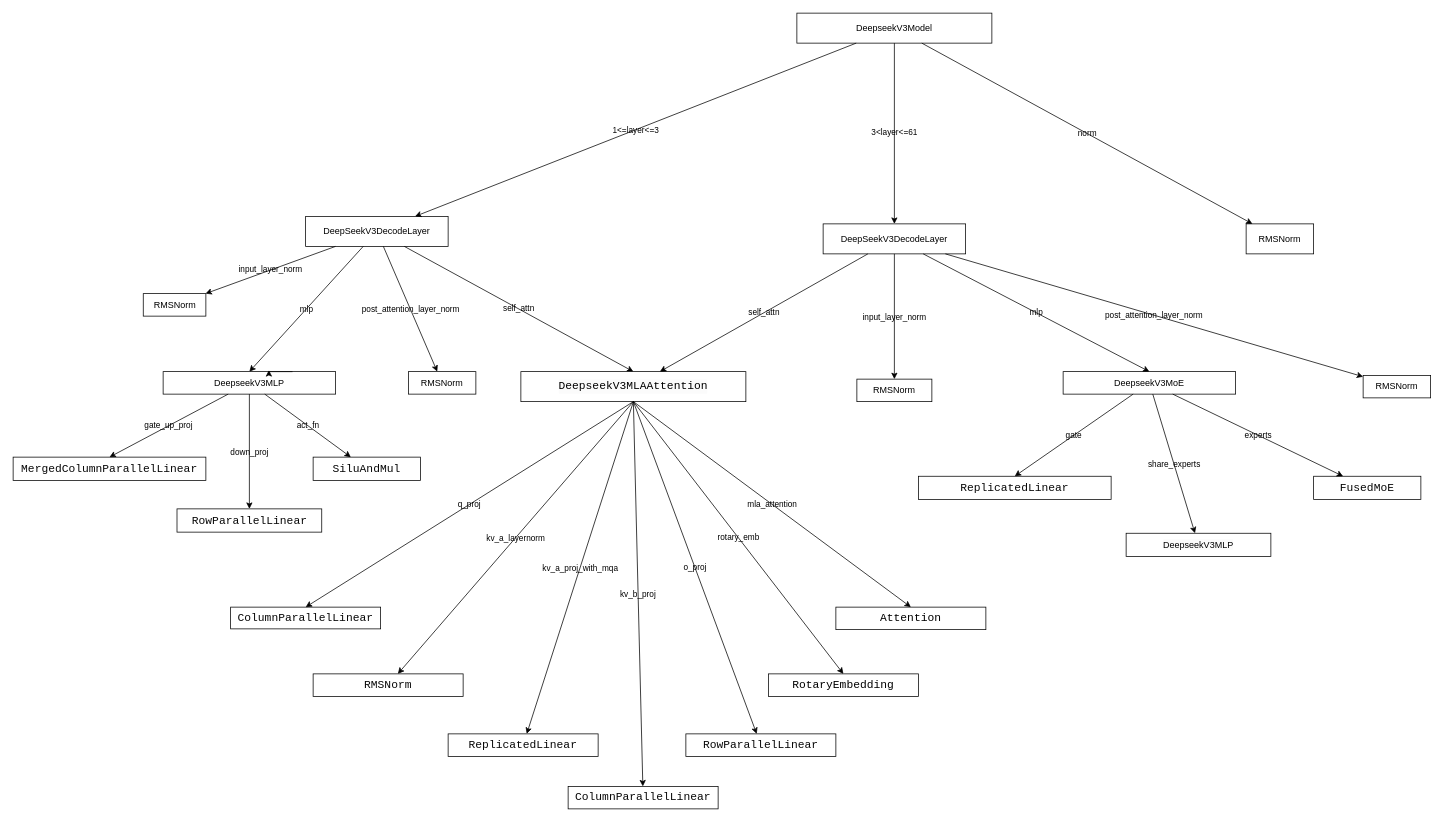
Earlier version of the draw.io diagram page "model.deepseek_r1" (9 of 10) of vllm/engine/vllm.drawio (chaojun-zhang/vllm). Source tidied: cells renumbered, new cells numbered last; positions are measured from the earlier drawing's top-left corner, leaving out a move shared by most shapes. Both pictures are drawn from the tidied source at 75%, with x=0, y=0 at pixel (13, 13).
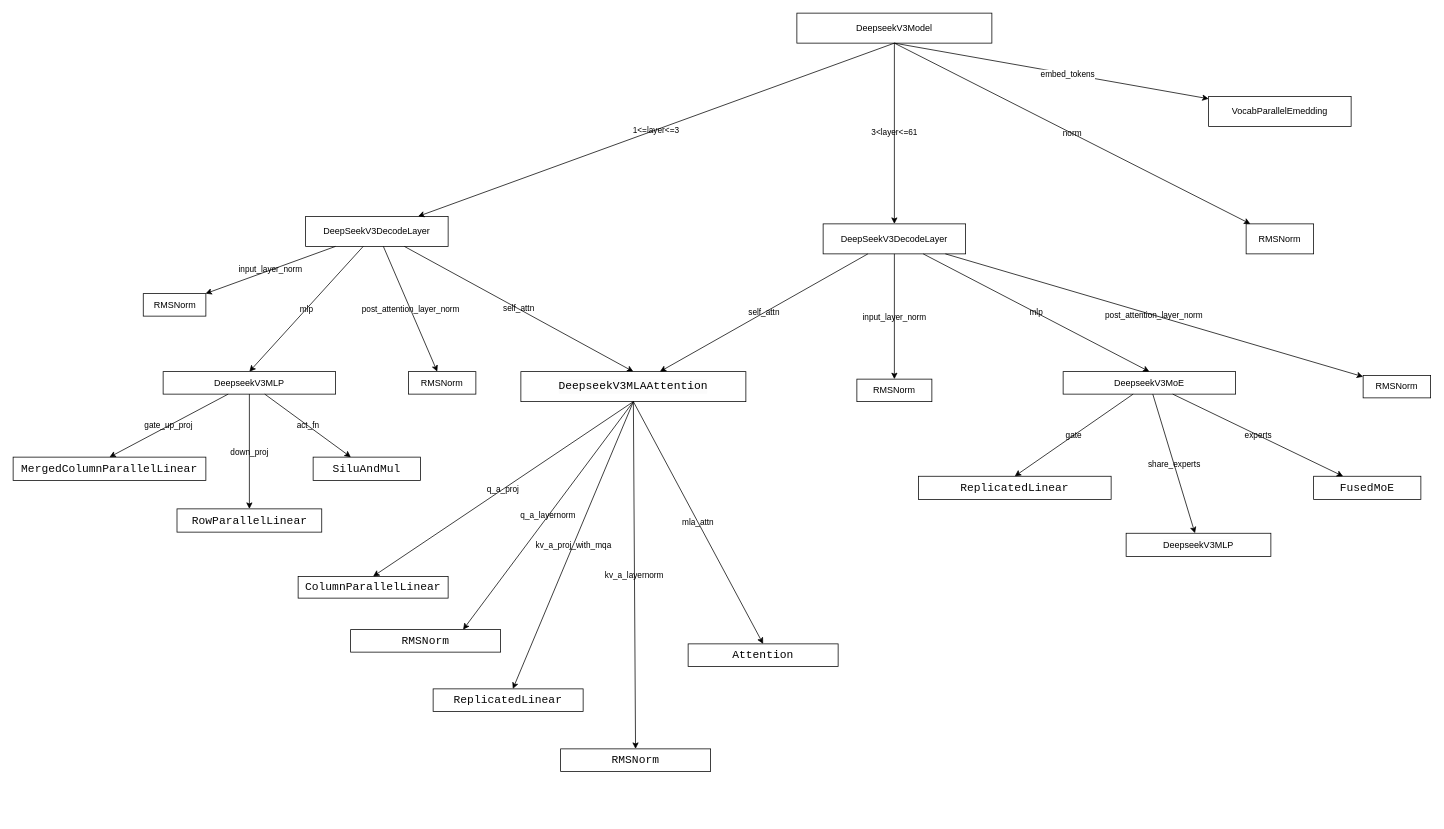
The same diagram, later.

The change refers to these unchanged cells:
```xml
<mxCell id="2" value="DeepseekV3MLP" style="rounded=0;whiteSpace=wrap;html=1;labelBackgroundColor=none;" parent="1" vertex="1">
  <mxGeometry x="200" y="478" width="230" height="30" as="geometry" />
</mxCell>
<mxCell id="3" value="DeepSeekV3DecodeLayer" style="rounded=0;whiteSpace=wrap;html=1;labelBackgroundColor=none;" parent="1" vertex="1">
  <mxGeometry x="390" y="271" width="190" height="40" as="geometry" />
</mxCell>
<mxCell id="9" value="DeepseekV3Model" style="rounded=0;whiteSpace=wrap;html=1;labelBackgroundColor=none;" parent="1" vertex="1">
  <mxGeometry x="1045" width="260" height="40" as="geometry" />
</mxCell>
<mxCell id="10" value="RMSNorm" style="rounded=0;whiteSpace=wrap;html=1;labelBackgroundColor=none;" parent="1" vertex="1">
  <mxGeometry x="1644" y="281" width="90" height="40" as="geometry" />
</mxCell>
<mxCell id="29" value="&lt;div style=&quot;background-color: rgb(255, 255, 255); color: rgb(8, 8, 8);&quot;&gt;&lt;pre style=&quot;font-family:'JetBrains Mono',monospace;font-size:11.3pt;&quot;&gt;&lt;pre style=&quot;background-color: rgb(251, 251, 251); color: rgb(8, 8, 8); font-family: &amp;quot;JetBrains Mono&amp;quot;, monospace; font-size: 11.3pt;&quot;&gt;&lt;span style=&quot;color: rgb(0, 0, 0);&quot;&gt;DeepseekV3MLAAttention&lt;/span&gt;&lt;/pre&gt;&lt;/pre&gt;&lt;/div&gt;" style="rounded=0;whiteSpace=wrap;html=1;labelBackgroundColor=none;" parent="1" vertex="1">
  <mxGeometry x="677" y="478" width="300" height="40" as="geometry" />
</mxCell>
```

Diff of the diagram source:
```diff
@@
     <mxCell id="11" value="&lt;div style=&quot;background-color:#ffffff;color:#080808&quot;&gt;&lt;pre style=&quot;font-family:'JetBrains Mono',monospace;font-size:11.3pt;&quot;&gt;ColumnParallelLinear&lt;/pre&gt;&lt;/div&gt;" style="rounded=0;whiteSpace=wrap;html=1;labelBackgroundColor=none;" parent="1" vertex="1">
-      <mxGeometry x="290" y="792" width="200" height="29" as="geometry" />
+      <mxGeometry x="380" y="751" width="200" height="29" as="geometry" />
     </mxCell>
     <mxCell id="12" value="&lt;div style=&quot;background-color:#ffffff;color:#080808&quot;&gt;&lt;pre style=&quot;font-family:'JetBrains Mono',monospace;font-size:11.3pt;&quot;&gt;ReplicatedLinear&lt;/pre&gt;&lt;/div&gt;" style="rounded=0;whiteSpace=wrap;html=1;labelBackgroundColor=none;" parent="1" vertex="1">
-      <mxGeometry x="580" y="961" width="200" height="30" as="geometry" />
+      <mxGeometry x="560" y="901" width="200" height="30" as="geometry" />
     </mxCell>
-    <mxCell id="13" value="&lt;div style=&quot;background-color:#ffffff;color:#080808&quot;&gt;&lt;pre style=&quot;font-family:'JetBrains Mono',monospace;font-size:11.3pt;&quot;&gt;ColumnParallelLinear&lt;/pre&gt;&lt;/div&gt;" style="rounded=0;whiteSpace=wrap;html=1;labelBackgroundColor=none;" parent="1" vertex="1">
-      <mxGeometry x="740" y="1031" width="200" height="30" as="geometry" />
-    </mxCell>
-    <mxCell id="14" value="&lt;div style=&quot;background-color: rgb(255, 255, 255); color: rgb(8, 8, 8);&quot;&gt;&lt;pre style=&quot;font-family:'JetBrains Mono',monospace;font-size:11.3pt;&quot;&gt;RowParallelLinear&lt;/pre&gt;&lt;/div&gt;" style="rounded=0;whiteSpace=wrap;html=1;labelBackgroundColor=none;" parent="1" vertex="1">
-      <mxGeometry x="897" y="961" width="200" height="30" as="geometry" />
-    </mxCell>
-    <mxCell id="15" value="&lt;div style=&quot;background-color: rgb(255, 255, 255); color: rgb(8, 8, 8);&quot;&gt;&lt;pre style=&quot;font-family:'JetBrains Mono',monospace;font-size:11.3pt;&quot;&gt;&lt;div&gt;&lt;pre style=&quot;font-family:'JetBrains Mono',monospace;font-size:11.3pt;&quot;&gt;&lt;span style=&quot;color:#000000;&quot;&gt;RotaryEmbedding&lt;/span&gt;&lt;/pre&gt;&lt;/div&gt;&lt;/pre&gt;&lt;/div&gt;" style="rounded=0;whiteSpace=wrap;html=1;labelBackgroundColor=none;" parent="1" vertex="1">
-      <mxGeometry x="1007" y="881" width="200" height="30" as="geometry" />
-    </mxCell>
     <mxCell id="16" value="&lt;div style=&quot;background-color: rgb(255, 255, 255); color: rgb(8, 8, 8);&quot;&gt;&lt;pre style=&quot;font-family:'JetBrains Mono',monospace;font-size:11.3pt;&quot;&gt;&lt;div&gt;&lt;pre style=&quot;font-family:'JetBrains Mono',monospace;font-size:11.3pt;&quot;&gt;&lt;span style=&quot;color: rgb(0, 0, 0);&quot;&gt;Attention&lt;/span&gt;&lt;/pre&gt;&lt;/div&gt;&lt;/pre&gt;&lt;/div&gt;" style="rounded=0;whiteSpace=wrap;html=1;labelBackgroundColor=none;" parent="1" vertex="1">
-      <mxGeometry x="1097" y="792" width="200" height="30" as="geometry" />
+      <mxGeometry x="900" y="841" width="200" height="30" as="geometry" />
     </mxCell>
@@
-    <mxCell id="20" value="1&amp;lt;=layer&amp;lt;=3" style="endArrow=classic;html=1;rounded=0;labelBackgroundColor=none;fontColor=default;" parent="1" edge="1" source="9" target="3">
+    <mxCell id="20" value="1&amp;lt;=layer&amp;lt;=3" style="endArrow=classic;html=1;rounded=0;labelBackgroundColor=none;fontColor=default;exitX=0.5;exitY=1;exitDx=0;exitDy=0;" parent="1" edge="1" source="9" target="3">
       <mxGeometry relative="1" as="geometry" />
     </mxCell>
@@
-    <mxCell id="22" value="norm" style="endArrow=classic;html=1;rounded=0;labelBackgroundColor=none;fontColor=default;" parent="1" edge="1" source="9" target="10">
+    <mxCell id="22" value="norm" style="endArrow=classic;html=1;rounded=0;labelBackgroundColor=none;fontColor=default;exitX=0.5;exitY=1;exitDx=0;exitDy=0;" parent="1" edge="1" source="9" target="10">
       <mxGeometry relative="1" as="geometry" />
     </mxCell>
@@
-    <mxCell id="42" style="edgeStyle=orthogonalEdgeStyle;rounded=0;orthogonalLoop=1;jettySize=auto;html=1;exitX=0.75;exitY=0;exitDx=0;exitDy=0;entryX=0.613;entryY=-0.067;entryDx=0;entryDy=0;entryPerimeter=0;labelBackgroundColor=none;fontColor=default;" parent="1" edge="1" source="2" target="2">
-      <mxGeometry relative="1" as="geometry" />
-    </mxCell>
-    <mxCell id="43" value="q_proj" style="endArrow=classic;html=1;rounded=0;entryX=0.5;entryY=0;entryDx=0;entryDy=0;exitX=0.5;exitY=1;exitDx=0;exitDy=0;labelBackgroundColor=none;fontColor=default;" parent="1" edge="1" source="29" target="11">
+    <mxCell id="43" value="q_a_proj" style="endArrow=classic;html=1;rounded=0;entryX=0.5;entryY=0;entryDx=0;entryDy=0;exitX=0.5;exitY=1;exitDx=0;exitDy=0;labelBackgroundColor=none;fontColor=default;" parent="1" edge="1" source="29" target="11">
       <mxGeometry relative="1" as="geometry" />
     </mxCell>
@@
-    <mxCell id="46" value="kv_b_proj" style="endArrow=classic;html=1;rounded=0;exitX=0.5;exitY=1;exitDx=0;exitDy=0;labelBackgroundColor=none;fontColor=default;" parent="1" edge="1" source="29" target="13">
-      <mxGeometry relative="1" as="geometry" />
-    </mxCell>
-    <mxCell id="47" value="o_proj" style="endArrow=classic;html=1;rounded=0;exitX=0.5;exitY=1;exitDx=0;exitDy=0;labelBackgroundColor=none;fontColor=default;" parent="1" edge="1" source="29" target="14">
-      <mxGeometry relative="1" as="geometry" />
-    </mxCell>
-    <mxCell id="48" value="rotary_emb" style="endArrow=classic;html=1;rounded=0;entryX=0.5;entryY=0;entryDx=0;entryDy=0;exitX=0.5;exitY=1;exitDx=0;exitDy=0;labelBackgroundColor=none;fontColor=default;" parent="1" edge="1" source="29" target="15">
-      <mxGeometry relative="1" as="geometry" />
-    </mxCell>
-    <mxCell id="49" value="mla_attention" style="endArrow=classic;html=1;rounded=0;entryX=0.5;entryY=0;entryDx=0;entryDy=0;labelBackgroundColor=none;fontColor=default;exitX=0.5;exitY=1;exitDx=0;exitDy=0;" parent="1" edge="1" source="29" target="16">
+    <mxCell id="49" value="mla_attn" style="endArrow=classic;html=1;rounded=0;entryX=0.5;entryY=0;entryDx=0;entryDy=0;labelBackgroundColor=none;fontColor=default;exitX=0.5;exitY=1;exitDx=0;exitDy=0;" parent="1" edge="1" source="29" target="16">
       <mxGeometry relative="1" as="geometry" />
     </mxCell>
     <mxCell id="50" value="&lt;div style=&quot;background-color:#ffffff;color:#080808&quot;&gt;&lt;pre style=&quot;font-family:'JetBrains Mono',monospace;font-size:11.3pt;&quot;&gt;RMSNorm&lt;/pre&gt;&lt;/div&gt;" style="rounded=0;whiteSpace=wrap;html=1;labelBackgroundColor=none;" parent="1" vertex="1">
-      <mxGeometry x="400" y="881" width="200" height="30" as="geometry" />
+      <mxGeometry x="730" y="981" width="200" height="30" as="geometry" />
     </mxCell>
+    <mxCell id="51" value="VocabParallelEmedding" style="rounded=0;whiteSpace=wrap;html=1;labelBackgroundColor=none;" parent="1" vertex="1">
+      <mxGeometry x="1594" y="111" width="190" height="40" as="geometry" />
+    </mxCell>
+    <mxCell id="52" style="endArrow=classic;html=1;rounded=0;labelBackgroundColor=none;fontColor=default;exitX=0.5;exitY=1;exitDx=0;exitDy=0;" parent="1" edge="1" source="9" target="51">
+      <mxGeometry relative="1" as="geometry" />
+    </mxCell>
+    <mxCell id="53" value="embed_tokens" style="edgeLabel;html=1;align=center;verticalAlign=middle;" parent="52" vertex="1">
+      <mxGeometry x="0.1" y="-1" relative="1" as="geometry" />
+    </mxCell>
+    <mxCell id="54" value="&lt;div style=&quot;background-color:#ffffff;color:#080808&quot;&gt;&lt;pre style=&quot;font-family:'JetBrains Mono',monospace;font-size:11.3pt;&quot;&gt;RMSNorm&lt;/pre&gt;&lt;/div&gt;" style="rounded=0;whiteSpace=wrap;html=1;labelBackgroundColor=none;" parent="1" vertex="1">
+      <mxGeometry x="450" y="822" width="200" height="30" as="geometry" />
+    </mxCell>
+    <mxCell id="55" value="q_a_layernorm" style="endArrow=classic;html=1;rounded=0;entryX=0.75;entryY=0;entryDx=0;entryDy=0;exitX=0.5;exitY=1;exitDx=0;exitDy=0;labelBackgroundColor=none;fontColor=default;" parent="1" edge="1" source="29" target="54">
+      <mxGeometry relative="1" as="geometry" />
+    </mxCell>
```
